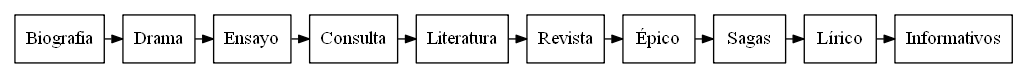
This is Graphics/PosOrder.png from Guillermo-O-C/EDD_1S20200_PY2_201801366, a Graphviz export, as it was before one commit. Its source is kept beside it as TextFiles/PosOrder.dot.
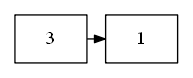
The same diagram one commit later.

Change to the diagram source:
```diff
@@ -4,5 +4,5 @@
  margin=0.1;
    node [shape=box];
   edge [arrowsize=0.8]
-"Biografia"->"Drama"->"Ensayo"->"Consulta"->"Literatura"->"Revista"->"Épico"->"Sagas"->"Lírico"->"Informativos";
+"3"->"1";
 }
```
